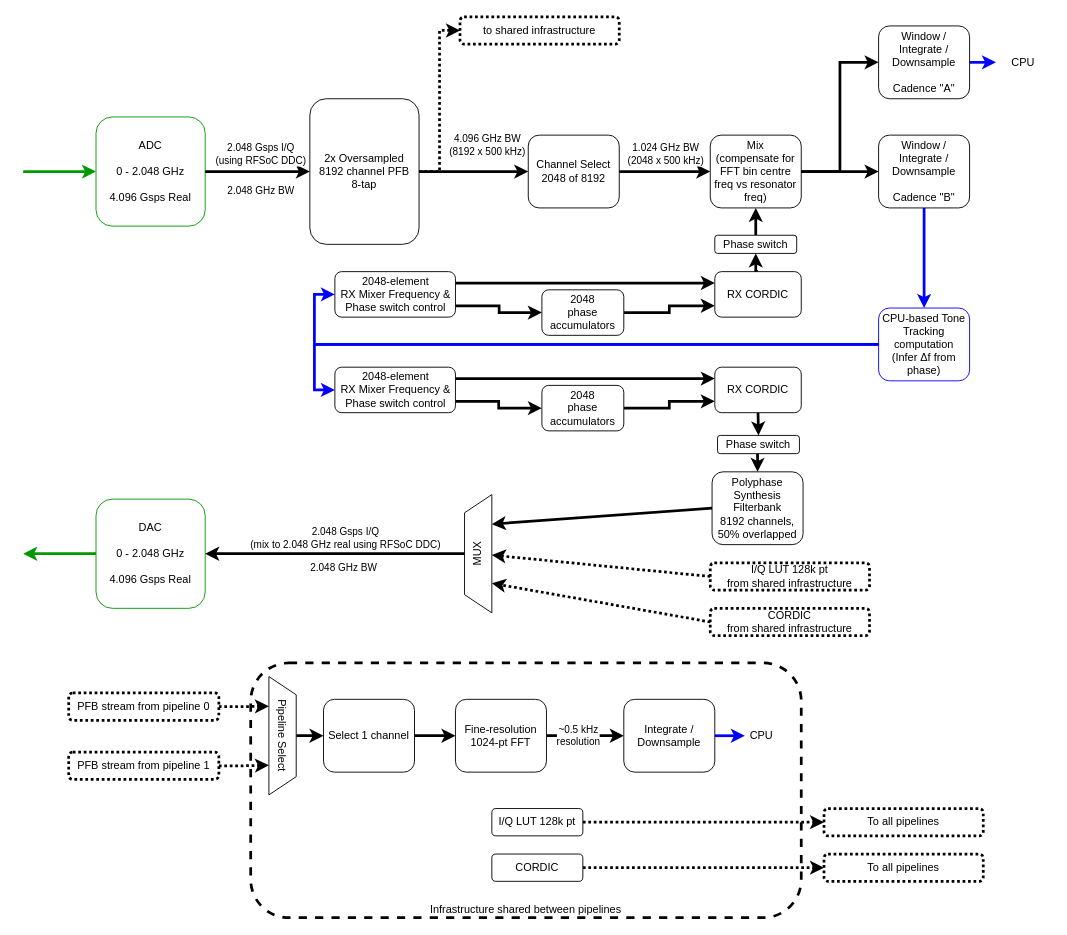
Above: docs/source/_static/figures/SOUK-readout-firmware-v7.drawio in realtimeradio/souk-firmware (draw.io), before the change. Source tidied: cells renumbered, new cells numbered last; positions are measured from the earlier drawing's top-left corner, leaving out a move shared by most shapes. Both pictures are drawn from the tidied source at 91%, with x=0, y=0 at pixel (23, 16).
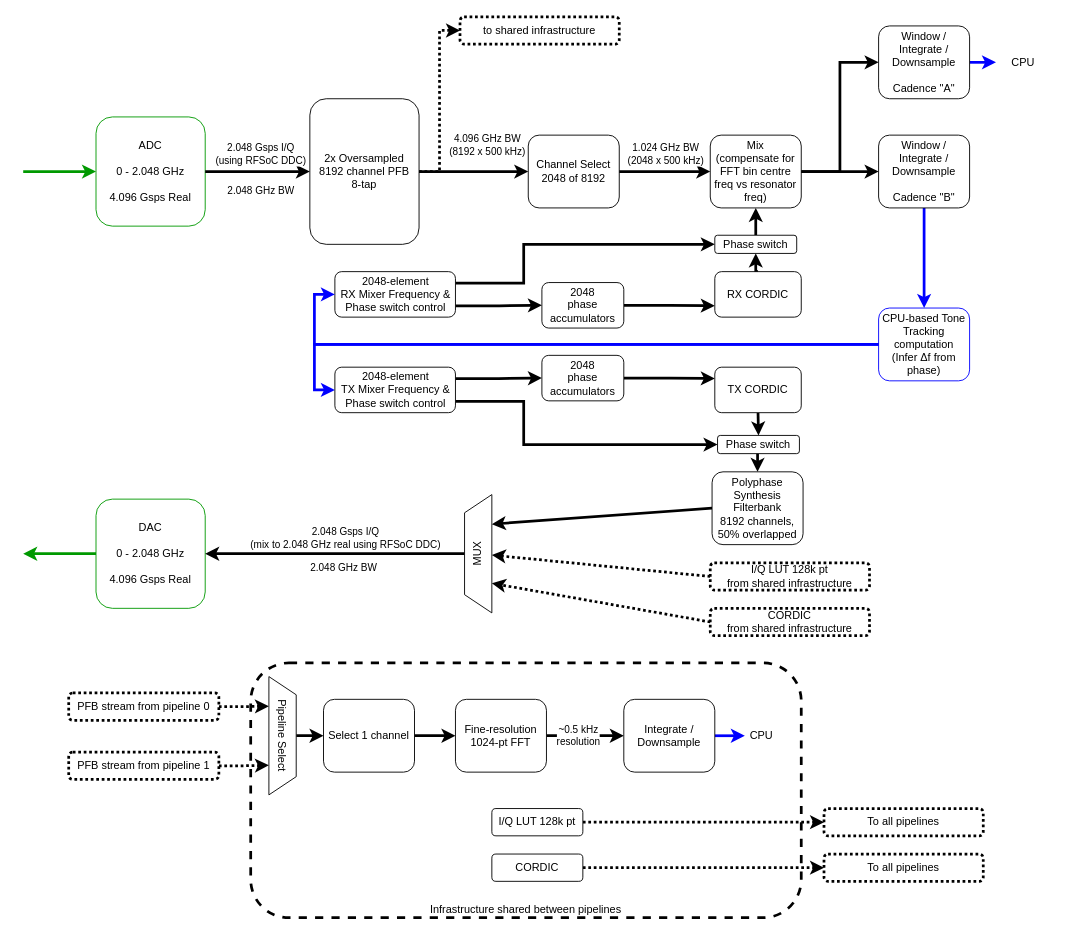
The same page after the edit.

Commit message (it also covers changes not shown here):
Fix phase switch logic

The change refers to these unchanged cells:
```xml
<mxCell id="20" value="&lt;div&gt;RX CORDIC&lt;/div&gt;" style="rounded=1;whiteSpace=wrap;html=1;" parent="1" vertex="1">
  <mxGeometry x="760" y="280" width="95" height="50" as="geometry" />
</mxCell>
<mxCell id="23" value="&lt;div&gt;2048-element&lt;br&gt;&lt;/div&gt;&lt;div&gt;RX Mixer Frequency &amp;amp; Phase switch control&lt;br&gt;&lt;/div&gt;" style="rounded=1;whiteSpace=wrap;html=1;" parent="1" vertex="1">
  <mxGeometry x="342.5" y="280" width="132.5" height="50" as="geometry" />
</mxCell>
<mxCell id="65" value="&lt;div&gt;Phase switch&lt;/div&gt;" style="rounded=1;whiteSpace=wrap;html=1;" parent="1" vertex="1">
  <mxGeometry x="760" y="240" width="90" height="20" as="geometry" />
</mxCell>
<mxCell id="74" value="&lt;div&gt;Phase switch&lt;/div&gt;" style="rounded=1;whiteSpace=wrap;html=1;" parent="1" vertex="1">
  <mxGeometry x="763" y="460" width="90" height="20" as="geometry" />
</mxCell>
```

The edit, as a diff of the source:
```diff
@@
     <mxCell id="17" value="&lt;div&gt;2048&lt;/div&gt;&lt;div&gt;phase accumulators&lt;/div&gt;" style="rounded=1;whiteSpace=wrap;html=1;" parent="1" vertex="1">
-      <mxGeometry x="570" y="300" width="90" height="50" as="geometry" />
+      <mxGeometry x="570" y="292" width="90" height="50" as="geometry" />
     </mxCell>
@@
     <mxCell id="21" style="edgeStyle=orthogonalEdgeStyle;rounded=0;jettySize=auto;html=1;strokeWidth=3;exitX=1;exitY=0.75;exitDx=0;exitDy=0;entryX=0;entryY=0.5;entryDx=0;entryDy=0;" parent="1" edge="1" source="23" target="17">
       <mxGeometry relative="1" as="geometry">
         <Array as="points">
-          <mxPoint x="523" y="318" />
-          <mxPoint x="523" y="325" />
+          <mxPoint x="523" y="317" />
         </Array>
       </mxGeometry>
     </mxCell>
-    <mxCell id="22" style="edgeStyle=orthogonalEdgeStyle;rounded=0;jettySize=auto;html=1;entryX=0;entryY=0.25;entryDx=0;entryDy=0;strokeWidth=3;exitX=1;exitY=0.25;exitDx=0;exitDy=0;" parent="1" edge="1" source="23" target="20">
-      <mxGeometry relative="1" as="geometry" />
+    <mxCell id="22" style="edgeStyle=orthogonalEdgeStyle;rounded=0;jettySize=auto;html=1;entryX=0;entryY=0.5;entryDx=0;entryDy=0;strokeWidth=3;exitX=1;exitY=0.25;exitDx=0;exitDy=0;" parent="1" edge="1" source="23" target="65">
+      <mxGeometry relative="1" as="geometry">
+        <Array as="points">
+          <mxPoint x="550" y="293" />
+          <mxPoint x="550" y="250" />
+        </Array>
+      </mxGeometry>
     </mxCell>
@@
-    <mxCell id="66" style="edgeStyle=orthogonalEdgeStyle;rounded=0;jettySize=auto;html=1;entryX=0;entryY=0.75;entryDx=0;entryDy=0;strokeWidth=3;" parent="1" edge="1" source="67" target="69">
+    <mxCell id="66" style="edgeStyle=orthogonalEdgeStyle;rounded=0;jettySize=auto;html=1;entryX=0;entryY=0.25;entryDx=0;entryDy=0;strokeWidth=3;" parent="1" edge="1" source="67" target="69">
       <mxGeometry relative="1" as="geometry" />
     </mxCell>
     <mxCell id="67" value="&lt;div&gt;2048&lt;/div&gt;&lt;div&gt;phase accumulators&lt;/div&gt;" style="rounded=1;whiteSpace=wrap;html=1;" parent="1" vertex="1">
-      <mxGeometry x="570" y="405" width="90" height="50" as="geometry" />
+      <mxGeometry x="570" y="372" width="90" height="50" as="geometry" />
     </mxCell>
@@
-    <mxCell id="69" value="&lt;div&gt;RX CORDIC&lt;/div&gt;" style="rounded=1;whiteSpace=wrap;html=1;" parent="1" vertex="1">
+    <mxCell id="69" value="&lt;div&gt;TX CORDIC&lt;/div&gt;" style="rounded=1;whiteSpace=wrap;html=1;" parent="1" vertex="1">
       <mxGeometry x="760" y="385" width="95" height="50" as="geometry" />
     </mxCell>
-    <mxCell id="70" style="edgeStyle=orthogonalEdgeStyle;rounded=0;jettySize=auto;html=1;strokeWidth=3;exitX=1;exitY=0.75;exitDx=0;exitDy=0;" parent="1" edge="1" source="72" target="67">
+    <mxCell id="70" style="edgeStyle=orthogonalEdgeStyle;rounded=0;jettySize=auto;html=1;strokeWidth=3;exitX=1;exitY=0.25;exitDx=0;exitDy=0;" parent="1" edge="1" source="72" target="67">
       <mxGeometry relative="1" as="geometry" />
     </mxCell>
-    <mxCell id="71" style="edgeStyle=orthogonalEdgeStyle;rounded=0;jettySize=auto;html=1;exitX=1;exitY=0.25;exitDx=0;exitDy=0;entryX=0;entryY=0.25;entryDx=0;entryDy=0;strokeWidth=3;" parent="1" edge="1" source="72" target="69">
-      <mxGeometry relative="1" as="geometry" />
-    </mxCell>
+    <mxCell id="76" style="edgeStyle=orthogonalEdgeStyle;rounded=0;jettySize=auto;html=1;exitX=1;exitY=0.75;exitDx=0;exitDy=0;entryX=0;entryY=0.5;entryDx=0;entryDy=0;strokeWidth=3;" parent="1" edge="1" source="72" target="74">
+      <mxGeometry relative="1" as="geometry">
+        <Array as="points">
+          <mxPoint x="550" y="423" />
+          <mxPoint x="550" y="470" />
+        </Array>
+      </mxGeometry>
+    </mxCell>
-    <mxCell id="72" value="&lt;div&gt;2048-element&lt;br&gt;&lt;/div&gt;&lt;div&gt;RX Mixer Frequency &amp;amp; Phase switch control&lt;br&gt;&lt;/div&gt;" style="rounded=1;whiteSpace=wrap;html=1;" parent="1" vertex="1">
+    <mxCell id="72" value="&lt;div&gt;2048-element&lt;br&gt;&lt;/div&gt;&lt;div&gt;TX Mixer Frequency &amp;amp; Phase switch control&lt;br&gt;&lt;/div&gt;" style="rounded=1;whiteSpace=wrap;html=1;" parent="1" vertex="1">
       <mxGeometry x="342.5" y="385" width="132.5" height="50" as="geometry" />
     </mxCell>
```
